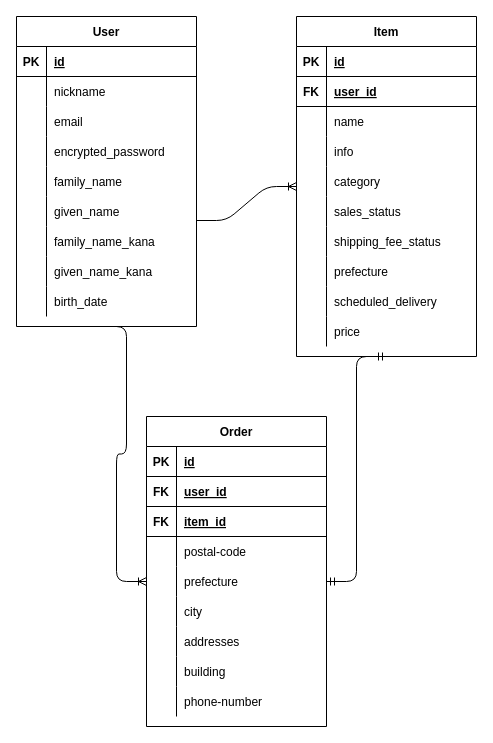
Earlier version of the draw.io diagram ER.dio (ttbbtbb/furima-31108). Source tidied: cells renumbered, new cells numbered last; positions are measured from the earlier drawing's top-left corner, leaving out a move shared by most shapes. Both pictures are drawn from the tidied source at 100%, with x=0, y=0 at pixel (16, 16).
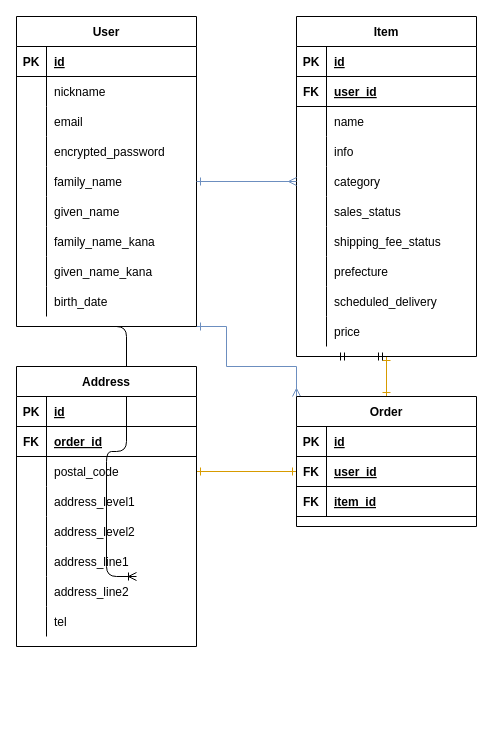
The same page after the edit.

Commit message (it also covers changes not shown here):
orderテーブルとaddressテーブルを分離

更に、addressテーブルのカラム名をautocompleteに準拠したそれに変更

The change refers to these unchanged cells:
```xml
<mxCell id="2" value="User" style="shape=table;startSize=30;childLayout=tableLayout;rowLines=0;fontStyle=1;align=center;" parent="1" vertex="1">
  <mxGeometry width="180" height="310" as="geometry" />
</mxCell>
<mxCell id="15" style="shape=partialRectangle;fillColor=none;top=0;left=0;bottom=0;right=0;points=[[0,0.5],[1,0.5]];portConstraint=eastwest;" parent="2" vertex="1">
  <mxGeometry y="150" width="180" height="30" as="geometry" />
</mxCell>
<mxCell id="18" style="shape=partialRectangle;fillColor=none;top=0;left=0;bottom=0;right=0;points=[[0,0.5],[1,0.5]];portConstraint=eastwest;" parent="2" vertex="1">
  <mxGeometry y="180" width="180" height="30" as="geometry" />
</mxCell>
<mxCell id="30" value="Item" style="shape=table;startSize=30;childLayout=tableLayout;rowLines=0;fontStyle=1;align=center;" parent="1" vertex="1">
  <mxGeometry x="280" width="180" height="340" as="geometry" />
</mxCell>
<mxCell id="43" style="shape=partialRectangle;fillColor=none;top=0;left=0;bottom=0;right=0;points=[[0,0.5],[1,0.5]];portConstraint=eastwest;" parent="30" vertex="1">
  <mxGeometry y="150" width="180" height="30" as="geometry" />
</mxCell>
<mxCell id="66" style="shape=partialRectangle;fillColor=none;top=0;left=0;bottom=1;right=0;points=[[0,0.5],[1,0.5]];portConstraint=eastwest;" parent="62" vertex="1">
  <mxGeometry y="60" width="180" height="30" as="geometry" />
</mxCell>
```

Change to the diagram source:
```diff
@@
+    <mxCell id="92" style="edgeStyle=orthogonalEdgeStyle;rounded=0;jettySize=auto;html=1;exitX=1;exitY=1;exitDx=0;exitDy=0;startArrow=ERone;startFill=0;endArrow=ERmany;endFill=0;entryX=0;entryY=0;entryDx=0;entryDy=0;fillColor=#dae8fc;strokeColor=#6c8ebf;" parent="1" edge="1" source="2" target="62">
+      <mxGeometry relative="1" as="geometry">
+        <Array as="points">
+          <mxPoint x="210" y="310" />
+          <mxPoint x="210" y="350" />
+          <mxPoint x="280" y="350" />
+        </Array>
+      </mxGeometry>
+    </mxCell>
@@
+    <mxCell id="93" style="edgeStyle=orthogonalEdgeStyle;rounded=0;jettySize=auto;html=1;exitX=0.5;exitY=1;exitDx=0;exitDy=0;entryX=0.5;entryY=0;entryDx=0;entryDy=0;startArrow=ERone;startFill=0;endArrow=ERone;endFill=0;fillColor=#ffe6cc;strokeColor=#d79b00;" parent="1" edge="1" source="30" target="62">
+      <mxGeometry relative="1" as="geometry" />
+    </mxCell>
@@
-    <mxCell id="61" style="edgeStyle=entityRelationEdgeStyle;fontSize=12;html=1;endArrow=ERoneToMany;exitX=1;exitY=0.8;exitDx=0;exitDy=0;exitPerimeter=0;" parent="1" edge="1" source="18">
-      <mxGeometry relative="1" as="geometry">
-        <mxPoint x="280" y="170" as="targetPoint" />
-      </mxGeometry>
-    </mxCell>
+    <mxCell id="90" style="edgeStyle=entityRelationEdgeStyle;fontSize=12;html=1;endArrow=ERoneToMany;" parent="1" edge="1">
+      <mxGeometry relative="1" as="geometry">
+        <mxPoint x="80" y="310" as="sourcePoint" />
+        <mxPoint x="120" y="560" as="targetPoint" />
+      </mxGeometry>
+    </mxCell>
+    <mxCell id="91" style="edgeStyle=entityRelationEdgeStyle;fontSize=12;html=1;endArrow=ERmandOne;startArrow=ERmandOne;exitX=1;exitY=0.5;exitDx=0;exitDy=0;entryX=0.5;entryY=1;entryDx=0;entryDy=0;" parent="1" edge="1" target="30">
+      <mxGeometry relative="1" as="geometry">
+        <mxPoint x="320" y="340" as="sourcePoint" />
+      </mxGeometry>
+    </mxCell>
+    <mxCell id="94" style="edgeStyle=orthogonalEdgeStyle;rounded=0;jettySize=auto;html=1;exitX=1;exitY=0.5;exitDx=0;exitDy=0;entryX=0;entryY=0.5;entryDx=0;entryDy=0;endArrow=ERmany;endFill=0;startArrow=ERone;startFill=0;fillColor=#dae8fc;strokeColor=#6c8ebf;" parent="1" edge="1" source="15" target="43">
+      <mxGeometry relative="1" as="geometry" />
+    </mxCell>
+    <mxCell id="95" style="edgeStyle=orthogonalEdgeStyle;rounded=0;jettySize=auto;html=1;exitX=0;exitY=0.5;exitDx=0;exitDy=0;startArrow=ERone;startFill=0;endArrow=ERone;endFill=0;fillColor=#ffe6cc;strokeColor=#d79b00;" parent="1" edge="1" source="66" target="103">
+      <mxGeometry relative="1" as="geometry" />
+    </mxCell>
     <mxCell id="62" value="Order" style="shape=table;startSize=30;childLayout=tableLayout;rowLines=0;fontStyle=1;align=center;" parent="1" vertex="1">
-      <mxGeometry x="130" y="400" width="180" height="310" as="geometry" />
+      <mxGeometry x="280" y="380" width="180" height="130" as="geometry" />
     </mxCell>
@@
+    <mxCell id="96" value="Address" style="shape=table;startSize=30;childLayout=tableLayout;rowLines=0;fontStyle=1;align=center;" parent="1" vertex="1">
+      <mxGeometry y="350" width="180" height="280" as="geometry" />
+    </mxCell>
+    <mxCell id="97" style="shape=partialRectangle;fillColor=none;top=0;left=0;bottom=1;right=0;" parent="96" vertex="1">
+      <mxGeometry y="30" width="180" height="30" as="geometry" />
+    </mxCell>
+    <mxCell id="98" value="PK" style="shape=partialRectangle;fillColor=none;top=0;left=0;bottom=0;right=0;fontStyle=1;overflow=hidden;" parent="97" vertex="1">
+      <mxGeometry width="30" height="30" as="geometry" />
+    </mxCell>
+    <mxCell id="99" value="id" style="shape=partialRectangle;fillColor=none;top=0;left=0;bottom=0;right=0;align=left;spacingLeft=6;fontStyle=5;overflow=hidden;" parent="97" vertex="1">
+      <mxGeometry x="30" width="150" height="30" as="geometry" />
+    </mxCell>
+    <mxCell id="100" style="shape=partialRectangle;fillColor=none;top=0;left=0;bottom=1;right=0;" parent="96" vertex="1">
+      <mxGeometry y="60" width="180" height="30" as="geometry" />
+    </mxCell>
+    <mxCell id="101" value="FK" style="shape=partialRectangle;fillColor=none;top=0;left=0;bottom=0;right=0;fontStyle=1;overflow=hidden;" parent="100" vertex="1">
+      <mxGeometry width="30" height="30" as="geometry" />
+    </mxCell>
+    <mxCell id="102" value="order_id" style="shape=partialRectangle;fillColor=none;top=0;left=0;bottom=0;right=0;align=left;spacingLeft=6;fontStyle=5;overflow=hidden;" parent="100" vertex="1">
+      <mxGeometry x="30" width="150" height="30" as="geometry" />
+    </mxCell>
+    <mxCell id="103" style="shape=partialRectangle;fillColor=none;top=0;left=0;bottom=0;right=0;points=[[0,0.5],[1,0.5]];portConstraint=eastwest;" parent="96" vertex="1">
+      <mxGeometry y="90" width="180" height="30" as="geometry" />
+    </mxCell>
+    <mxCell id="104" style="shape=partialRectangle;fillColor=none;top=0;left=0;bottom=0;right=0;overflow=hidden;" parent="103" vertex="1">
+      <mxGeometry width="30" height="30" as="geometry" />
+    </mxCell>
+    <mxCell id="105" value="postal_code" style="shape=partialRectangle;fillColor=none;top=0;left=0;bottom=0;right=0;align=left;spacingLeft=6;overflow=hidden;" parent="103" vertex="1">
+      <mxGeometry x="30" width="150" height="30" as="geometry" />
+    </mxCell>
-    <mxCell id="72" style="shape=partialRectangle;fillColor=none;top=0;left=0;bottom=0;right=0;" parent="62" vertex="1">
+    <mxCell id="72" style="shape=partialRectangle;fillColor=none;top=0;left=0;bottom=0;right=0;" parent="96" vertex="1">
       <mxGeometry y="120" width="180" height="30" as="geometry" />
     </mxCell>
-    <mxCell id="73" style="shape=partialRectangle;fillColor=none;top=0;left=0;bottom=0;right=0;overflow=hidden;" parent="72" vertex="1">
-      <mxGeometry width="30" height="30" as="geometry" />
-    </mxCell>
-    <mxCell id="74" value="postal-code" style="shape=partialRectangle;fillColor=none;top=0;left=0;bottom=0;right=0;align=left;spacingLeft=6;overflow=hidden;" parent="72" vertex="1">
-      <mxGeometry x="30" width="150" height="30" as="geometry" />
-    </mxCell>
+    <mxCell id="106" style="shape=partialRectangle;fillColor=none;top=0;left=0;bottom=0;right=0;overflow=hidden;" parent="72" vertex="1">
+      <mxGeometry width="30" height="30" as="geometry" />
+    </mxCell>
+    <mxCell id="107" value="address_level1" style="shape=partialRectangle;fillColor=none;top=0;left=0;bottom=0;right=0;align=left;spacingLeft=6;overflow=hidden;" parent="72" vertex="1">
+      <mxGeometry x="30" width="150" height="30" as="geometry" />
+    </mxCell>
-    <mxCell id="75" style="shape=partialRectangle;fillColor=none;top=0;left=0;bottom=0;right=0;points=[[0,0.5],[1,0.5]];portConstraint=eastwest;" parent="62" vertex="1">
+    <mxCell id="75" style="shape=partialRectangle;fillColor=none;top=0;left=0;bottom=0;right=0;points=[[0,0.5],[1,0.5]];portConstraint=eastwest;" parent="96" vertex="1">
       <mxGeometry y="150" width="180" height="30" as="geometry" />
     </mxCell>
-    <mxCell id="76" style="shape=partialRectangle;fillColor=none;top=0;left=0;bottom=0;right=0;overflow=hidden;" parent="75" vertex="1">
-      <mxGeometry width="30" height="30" as="geometry" />
-    </mxCell>
-    <mxCell id="77" value="prefecture" style="shape=partialRectangle;fillColor=none;top=0;left=0;bottom=0;right=0;align=left;spacingLeft=6;overflow=hidden;" parent="75" vertex="1">
-      <mxGeometry x="30" width="150" height="30" as="geometry" />
-    </mxCell>
+    <mxCell id="108" style="shape=partialRectangle;fillColor=none;top=0;left=0;bottom=0;right=0;overflow=hidden;" parent="75" vertex="1">
+      <mxGeometry width="30" height="30" as="geometry" />
+    </mxCell>
+    <mxCell id="109" value="address_level2" style="shape=partialRectangle;fillColor=none;top=0;left=0;bottom=0;right=0;align=left;spacingLeft=6;overflow=hidden;" parent="75" vertex="1">
+      <mxGeometry x="30" width="150" height="30" as="geometry" />
+    </mxCell>
-    <mxCell id="78" style="shape=partialRectangle;fillColor=none;top=0;left=0;bottom=0;right=0;" parent="62" vertex="1">
+    <mxCell id="78" style="shape=partialRectangle;fillColor=none;top=0;left=0;bottom=0;right=0;" parent="96" vertex="1">
       <mxGeometry y="180" width="180" height="30" as="geometry" />
     </mxCell>
-    <mxCell id="79" style="shape=partialRectangle;fillColor=none;top=0;left=0;bottom=0;right=0;overflow=hidden;" parent="78" vertex="1">
-      <mxGeometry width="30" height="30" as="geometry" />
-    </mxCell>
-    <mxCell id="80" value="city" style="shape=partialRectangle;fillColor=none;top=0;left=0;bottom=0;right=0;align=left;spacingLeft=6;overflow=hidden;" parent="78" vertex="1">
-      <mxGeometry x="30" width="150" height="30" as="geometry" />
-    </mxCell>
+    <mxCell id="110" style="shape=partialRectangle;fillColor=none;top=0;left=0;bottom=0;right=0;overflow=hidden;" parent="78" vertex="1">
+      <mxGeometry width="30" height="30" as="geometry" />
+    </mxCell>
+    <mxCell id="111" value="address_line1" style="shape=partialRectangle;fillColor=none;top=0;left=0;bottom=0;right=0;align=left;spacingLeft=6;overflow=hidden;" parent="78" vertex="1">
+      <mxGeometry x="30" width="150" height="30" as="geometry" />
+    </mxCell>
-    <mxCell id="81" style="shape=partialRectangle;fillColor=none;top=0;left=0;bottom=0;right=0;" parent="62" vertex="1">
+    <mxCell id="81" style="shape=partialRectangle;fillColor=none;top=0;left=0;bottom=0;right=0;" parent="96" vertex="1">
       <mxGeometry y="210" width="180" height="30" as="geometry" />
     </mxCell>
-    <mxCell id="82" style="shape=partialRectangle;fillColor=none;top=0;left=0;bottom=0;right=0;overflow=hidden;" parent="81" vertex="1">
-      <mxGeometry width="30" height="30" as="geometry" />
-    </mxCell>
-    <mxCell id="83" value="addresses" style="shape=partialRectangle;fillColor=none;top=0;left=0;bottom=0;right=0;align=left;spacingLeft=6;overflow=hidden;" parent="81" vertex="1">
-      <mxGeometry x="30" width="150" height="30" as="geometry" />
-    </mxCell>
+    <mxCell id="112" style="shape=partialRectangle;fillColor=none;top=0;left=0;bottom=0;right=0;overflow=hidden;" parent="81" vertex="1">
+      <mxGeometry width="30" height="30" as="geometry" />
+    </mxCell>
+    <mxCell id="113" value="address_line2" style="shape=partialRectangle;fillColor=none;top=0;left=0;bottom=0;right=0;align=left;spacingLeft=6;overflow=hidden;" parent="81" vertex="1">
+      <mxGeometry x="30" width="150" height="30" as="geometry" />
+    </mxCell>
-    <mxCell id="84" style="shape=partialRectangle;fillColor=none;top=0;left=0;bottom=0;right=0;" parent="62" vertex="1">
+    <mxCell id="84" style="shape=partialRectangle;fillColor=none;top=0;left=0;bottom=0;right=0;" parent="96" vertex="1">
       <mxGeometry y="240" width="180" height="30" as="geometry" />
     </mxCell>
-    <mxCell id="85" style="shape=partialRectangle;fillColor=none;top=0;left=0;bottom=0;right=0;overflow=hidden;" parent="84" vertex="1">
-      <mxGeometry width="30" height="30" as="geometry" />
-    </mxCell>
-    <mxCell id="86" value="building" style="shape=partialRectangle;fillColor=none;top=0;left=0;bottom=0;right=0;align=left;spacingLeft=6;overflow=hidden;" parent="84" vertex="1">
-      <mxGeometry x="30" width="150" height="30" as="geometry" />
-    </mxCell>
-    <mxCell id="87" style="shape=partialRectangle;fillColor=none;top=0;left=0;bottom=0;right=0;" parent="62" vertex="1">
-      <mxGeometry y="270" width="180" height="30" as="geometry" />
-    </mxCell>
-    <mxCell id="88" style="shape=partialRectangle;fillColor=none;top=0;left=0;bottom=0;right=0;overflow=hidden;" parent="87" vertex="1">
-      <mxGeometry width="30" height="30" as="geometry" />
-    </mxCell>
-    <mxCell id="89" value="phone-number" style="shape=partialRectangle;fillColor=none;top=0;left=0;bottom=0;right=0;align=left;spacingLeft=6;overflow=hidden;" parent="87" vertex="1">
-      <mxGeometry x="30" width="150" height="30" as="geometry" />
-    </mxCell>
-    <mxCell id="90" style="edgeStyle=entityRelationEdgeStyle;fontSize=12;html=1;endArrow=ERoneToMany;" parent="1" edge="1" target="75">
-      <mxGeometry relative="1" as="geometry">
-        <mxPoint x="80" y="310" as="sourcePoint" />
-      </mxGeometry>
-    </mxCell>
-    <mxCell id="91" style="edgeStyle=entityRelationEdgeStyle;fontSize=12;html=1;endArrow=ERmandOne;startArrow=ERmandOne;exitX=1;exitY=0.5;exitDx=0;exitDy=0;entryX=0.5;entryY=1;entryDx=0;entryDy=0;" parent="1" edge="1" source="75" target="30">
-      <mxGeometry relative="1" as="geometry" />
-    </mxCell>
+    <mxCell id="114" style="shape=partialRectangle;fillColor=none;top=0;left=0;bottom=0;right=0;overflow=hidden;" parent="84" vertex="1">
+      <mxGeometry width="30" height="30" as="geometry" />
+    </mxCell>
+    <mxCell id="115" value="tel" style="shape=partialRectangle;fillColor=none;top=0;left=0;bottom=0;right=0;align=left;spacingLeft=6;overflow=hidden;" parent="84" vertex="1">
+      <mxGeometry x="30" width="150" height="30" as="geometry" />
+    </mxCell>
```
